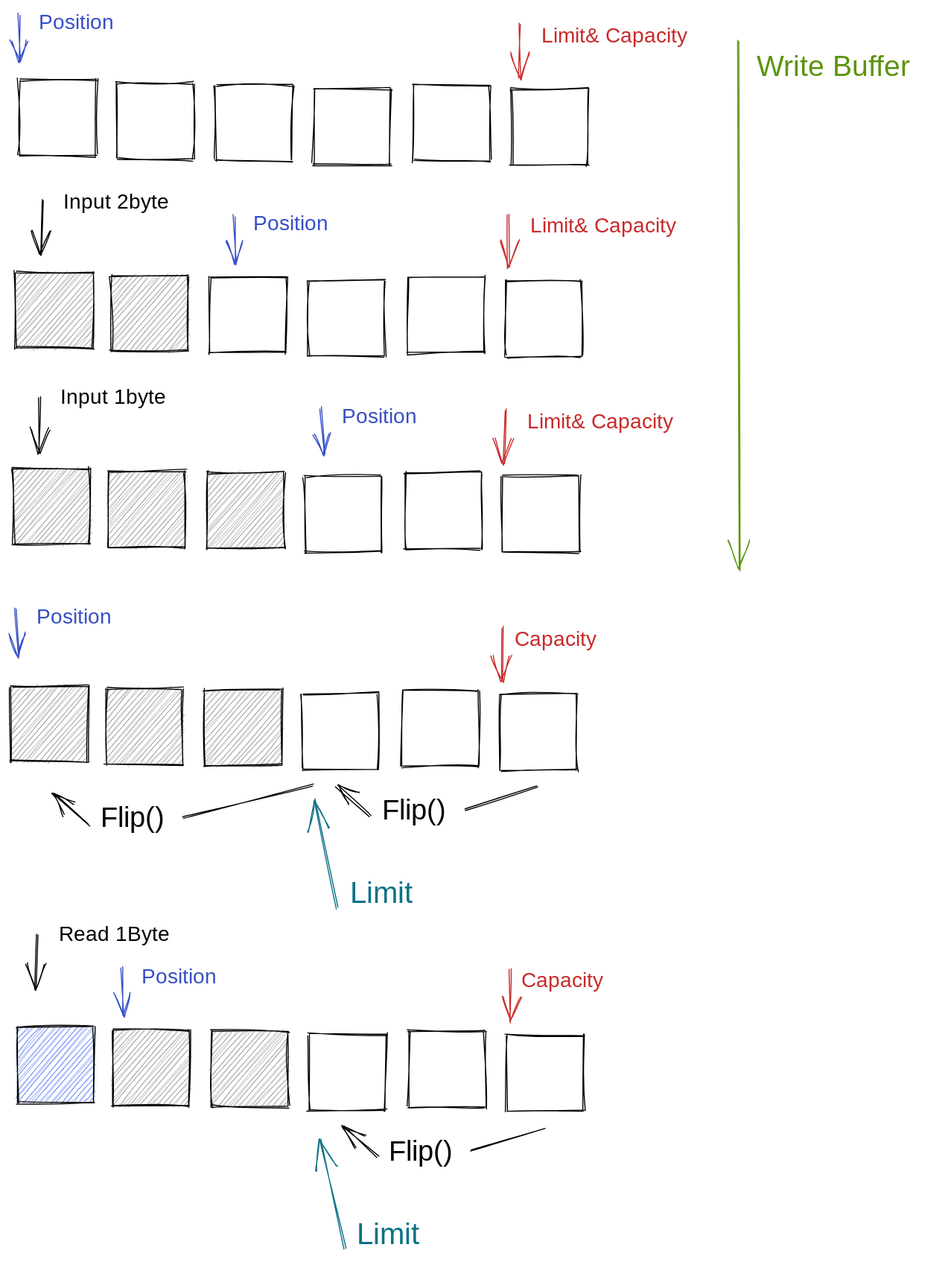
I-JUNNYLAND-I/TIL keeps this Excalidraw diagram as .gitbook/assets/file.drawing.svg. Above is the earlier version. Source tidied: one line per element, renumbered; positions are measured from the earlier drawing's top-left corner, leaving out a move shared by most shapes.
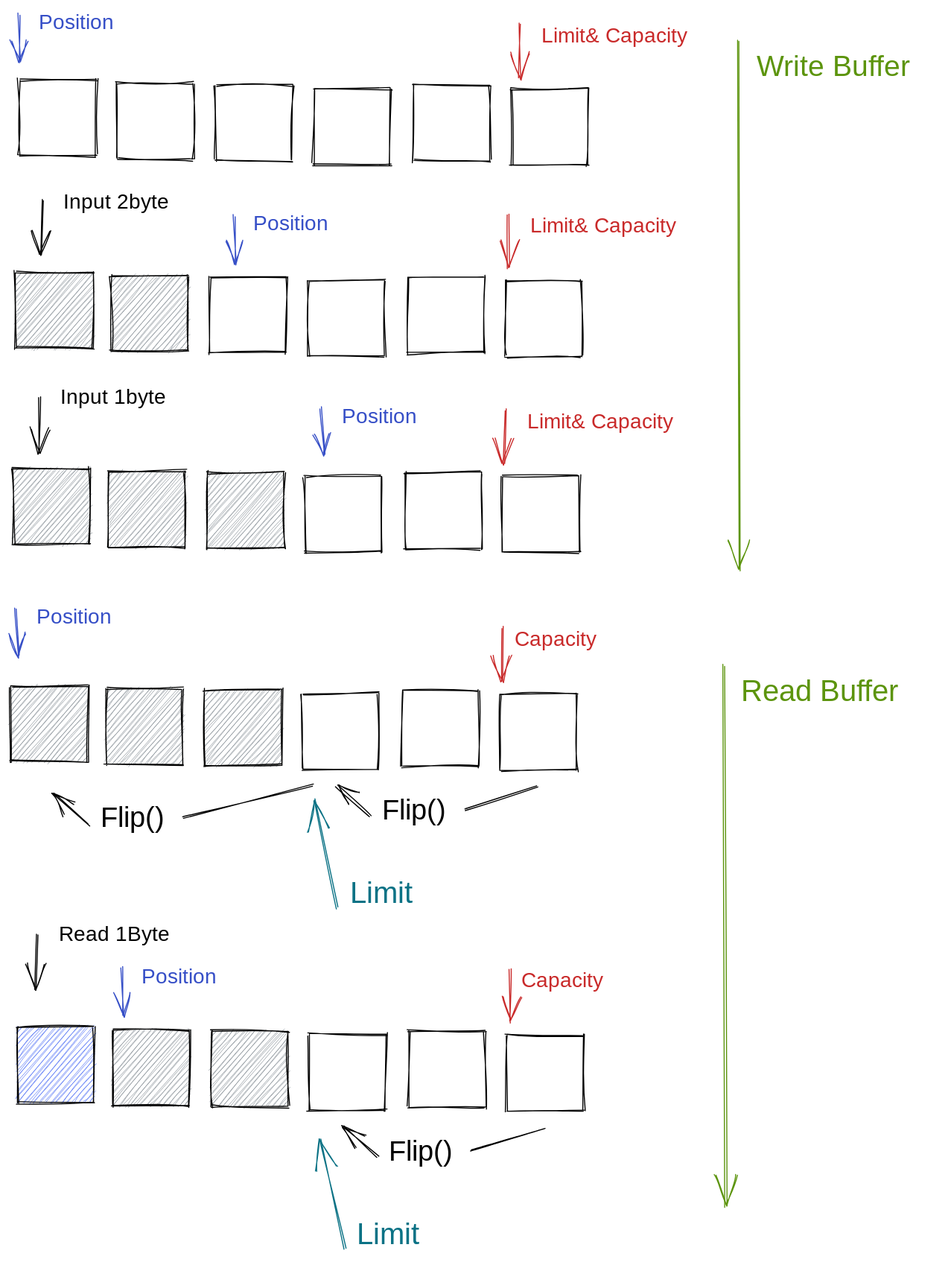
Later version of the same file.

The edit, as a diff of the source:
```diff
@@ -69,3 +69,5 @@
 {"id": 68, "type": "arrow", "strokeColor": "#000000", "backgroundColor": "#868e96", "fillStyle": "hachure", "strokeWidth": 1, "roughness": 1, "from": 56, "to": 67, "x": 289, "y": 742, "width": 124, "height": 31, "points": [[0, 0], [-124, 31]]}
 {"id": 69, "type": "arrow", "strokeColor": "#000000", "strokeWidth": 1, "roughness": 1, "endArrowhead": "arrow", "x": 26, "y": 885, "width": 1, "height": 52, "points": [[0, 0], [-1, 52]]}
 {"id": 70, "type": "text", "text": "Read 1Byte", "strokeColor": "#000000", "strokeWidth": 1, "roughness": 1, "fontSize": 20, "fontFamily": 1, "x": 47, "y": 874, "width": 112, "height": 25}
+{"id": 71, "type": "arrow", "strokeColor": "#5c940d", "backgroundColor": "#868e96", "fillStyle": "hachure", "strokeWidth": 1, "roughness": 1, "endArrowhead": "arrow", "x": 684, "y": 628, "width": 2, "height": 519, "points": [[0, 0], [2, 519]]}
+{"id": 72, "type": "text", "text": "Read Buffer", "strokeColor": "#5c940d", "backgroundColor": "#868e96", "fillStyle": "hachure", "strokeWidth": 1, "roughness": 1, "fontSize": 28.69, "fontFamily": 1, "x": 701, "y": 636, "width": 179, "height": 36}
```
